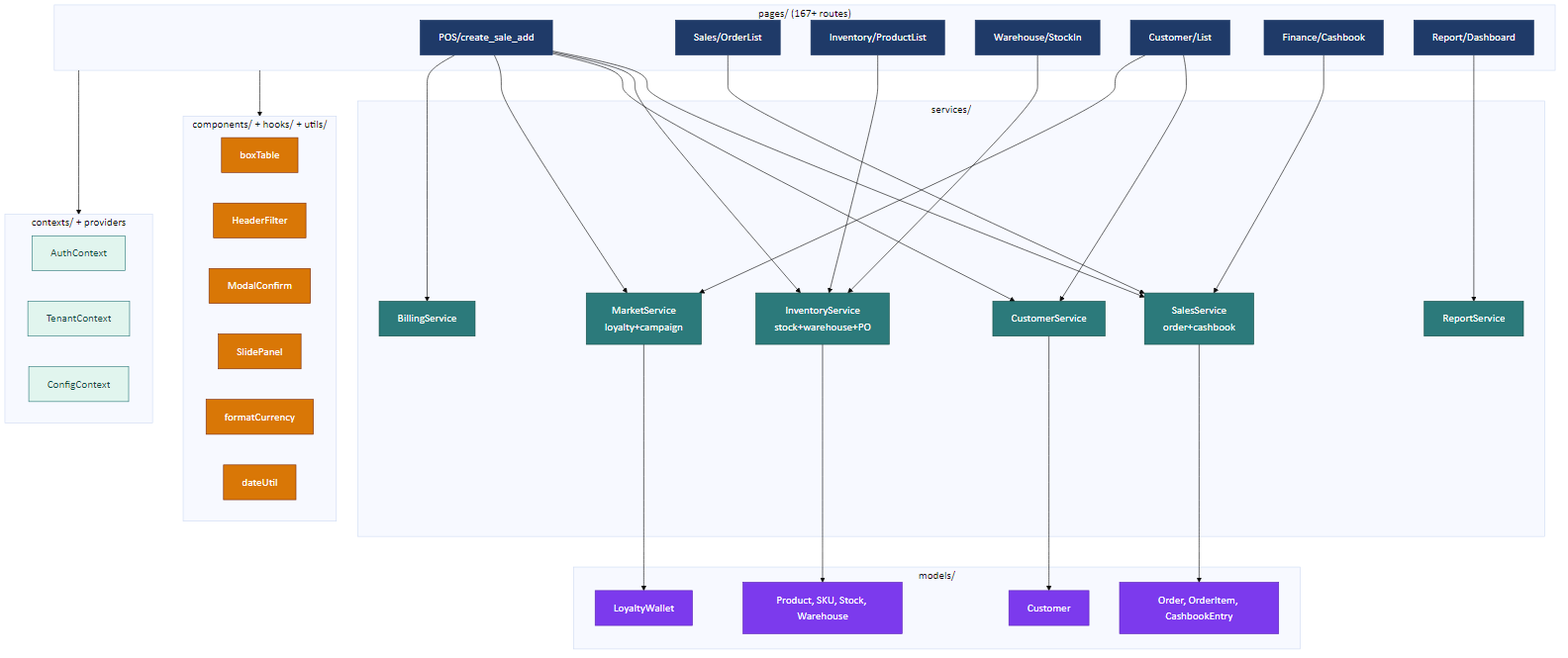
ducdung872001/cloud-crm keeps this Mermaid diagram as docs/sa/diagrams/08-frontend-module-dependency.png. Above is the earlier version. Its source is kept beside it as docs/sa/diagrams/sources/08-frontend-module-dependency.mmd.
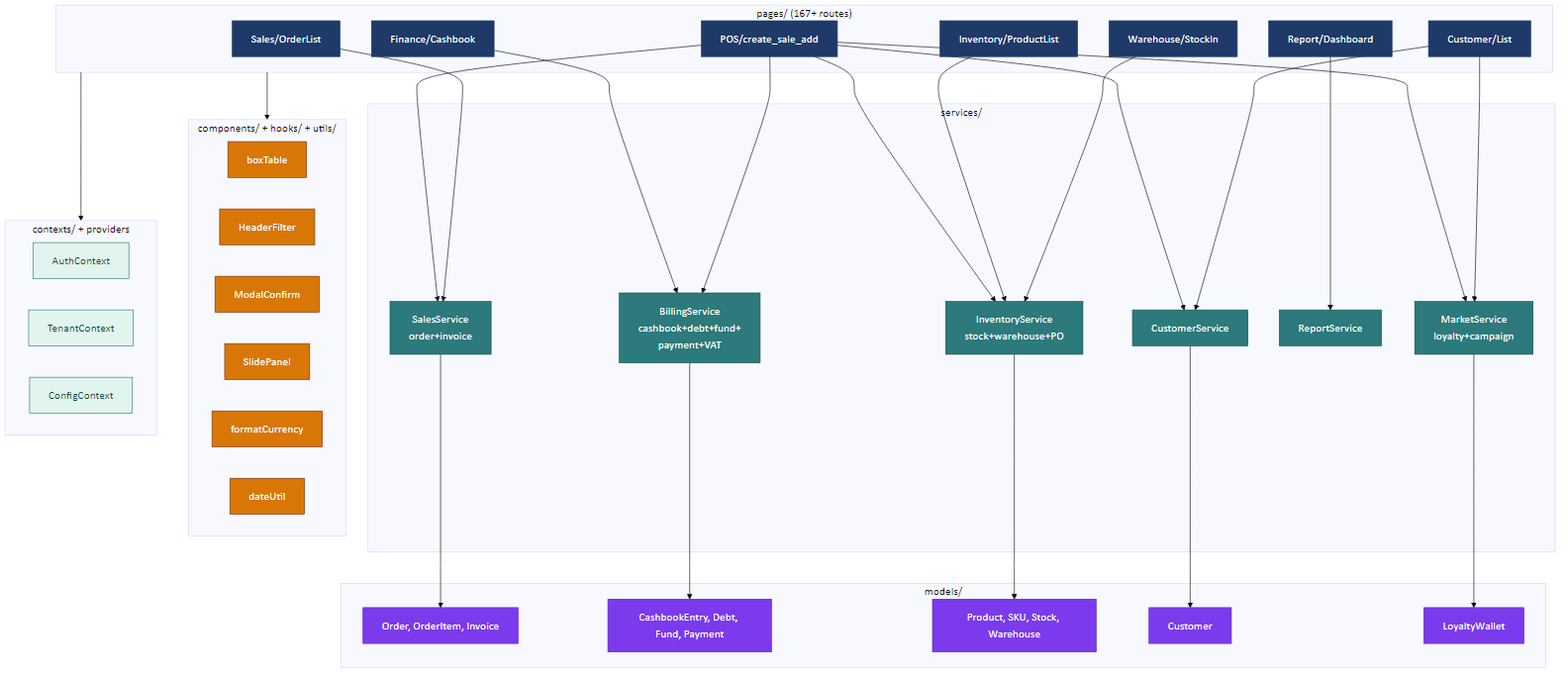
The same file after the commit.

Commit message:
docs(sa): correction — cashbook/debt/fund/payment thuộc billing (không phải sales)

The edit, as a diff of the source:
```diff
@@ -11,16 +11,17 @@
     end
 
     subgraph SERVICES["services/"]
-      SS[SalesService<br/>order+cashbook]
+      SS[SalesService<br/>order+invoice]
       IS[InventoryService<br/>stock+warehouse+PO]
       CS[CustomerService]
       MS[MarketService<br/>loyalty+campaign]
       RS[ReportService]
-      BS[BillingService]
+      BS[BillingService<br/>cashbook+debt+fund+<br/>payment+VAT]
     end
 
     subgraph MODELS["models/"]
-      M_ORD[Order, OrderItem, CashbookEntry]
+      M_ORD[Order, OrderItem, Invoice]
+      M_BILL[CashbookEntry, Debt, Fund, Payment]
       M_PRD[Product, SKU, Stock, Warehouse]
       M_CUST[Customer]
       M_LOY[LoyaltyWallet]
@@ -50,11 +51,12 @@
     WH_P --> IS
     CUST_P --> CS
     CUST_P --> MS
-    FIN_P --> SS
+    FIN_P --> BS
     RPT_P --> RS
     POS_P --> BS
 
     SS --> M_ORD
+    BS --> M_BILL
     IS --> M_PRD
     CS --> M_CUST
     MS --> M_LOY
@@ -70,6 +72,6 @@
 
     class POS_P,ORD_P,INV_P,WH_P,CUST_P,FIN_P,RPT_P pg
     class SS,IS,CS,MS,RS,BS sv
-    class M_ORD,M_PRD,M_CUST,M_LOY md
+    class M_ORD,M_BILL,M_PRD,M_CUST,M_LOY md
     class BOX,HF,MC,SP,FMT,DT sh
     class AUTH,TENANT,CFG cx
```
